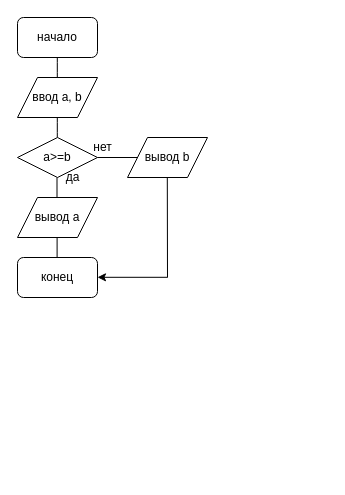
This is Untitled Diagram.drawio from AGCher/TiMP_lab1, a draw.io file, before an edit. Source tidied: cells renumbered, new cells numbered last; positions are measured from the earlier drawing's top-left corner, leaving out a move shared by most shapes. Both pictures are drawn from the tidied source at 100%, with x=0, y=0 at pixel (17, 17).
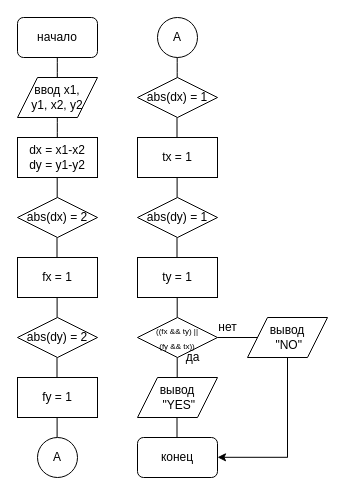
Above is the later version.

Change to the diagram source:
```diff
@@
-    <mxCell id="3" value="ввод a, b" style="shape=parallelogram;perimeter=parallelogramPerimeter;whiteSpace=wrap;html=1;fixedSize=1;" parent="1" vertex="1">
+    <mxCell id="3" value="ввод x1,&lt;br&gt;y1, x2, y2" style="shape=parallelogram;perimeter=parallelogramPerimeter;whiteSpace=wrap;html=1;fixedSize=1;" parent="1" vertex="1">
       <mxGeometry y="60" width="80" height="40" as="geometry" />
     </mxCell>
@@
-    <mxCell id="6" value="a&amp;gt;=b" style="rhombus;whiteSpace=wrap;html=1;" parent="1" vertex="1">
-      <mxGeometry y="120" width="80" height="40" as="geometry" />
+    <mxCell id="6" value="abs(dx) = 2" style="rhombus;whiteSpace=wrap;html=1;" parent="1" vertex="1">
+      <mxGeometry y="180" width="80" height="40" as="geometry" />
     </mxCell>
-    <mxCell id="7" value="нет" style="text;html=1;align=center;verticalAlign=middle;strokeColor=none;" parent="1" vertex="1">
-      <mxGeometry x="70" y="120" width="30" height="20" as="geometry" />
-    </mxCell>
-    <mxCell id="8" value="да" style="text;html=1;align=center;verticalAlign=middle;strokeColor=none;" parent="1" vertex="1">
-      <mxGeometry x="40" y="150" width="30" height="20" as="geometry" />
-    </mxCell>
     <mxCell id="9" style="endArrow=none;html=1;" parent="1" edge="1">
       <mxGeometry relative="1" as="geometry">
-        <mxPoint x="39.5" y="180" as="sourcePoint" />
-        <mxPoint x="39.5" y="160" as="targetPoint" />
+        <mxPoint x="39.5" y="240" as="sourcePoint" />
+        <mxPoint x="39.5" y="220" as="targetPoint" />
       </mxGeometry>
     </mxCell>
-    <mxCell id="10" value="вывод a" style="shape=parallelogram;perimeter=parallelogramPerimeter;whiteSpace=wrap;html=1;fixedSize=1;" parent="1" vertex="1">
-      <mxGeometry y="180" width="80" height="40" as="geometry" />
-    </mxCell>
-    <mxCell id="11" style="endArrow=none;html=1;entryX=0;entryY=0.5;entryDx=0;entryDy=0;" parent="1" edge="1" target="12">
-      <mxGeometry relative="1" as="geometry">
-        <mxPoint x="80" y="140" as="sourcePoint" />
-      </mxGeometry>
-    </mxCell>
-    <mxCell id="12" value="вывод b" style="shape=parallelogram;perimeter=parallelogramPerimeter;whiteSpace=wrap;html=1;fixedSize=1;" parent="1" vertex="1">
-      <mxGeometry x="110" y="120" width="80" height="40" as="geometry" />
-    </mxCell>
     <mxCell id="13" value="конец" style="rounded=1;whiteSpace=wrap;html=1;" parent="1" vertex="1">
-      <mxGeometry y="240" width="80" height="40" as="geometry" />
+      <mxGeometry x="120" y="420" width="80" height="40" as="geometry" />
     </mxCell>
     <mxCell id="14" style="endArrow=none;html=1;" parent="1" edge="1">
       <mxGeometry relative="1" as="geometry">
-        <mxPoint x="39.6" y="240" as="sourcePoint" />
-        <mxPoint x="39.6" y="220" as="targetPoint" />
+        <mxPoint x="39.6" y="300" as="sourcePoint" />
+        <mxPoint x="39.6" y="280" as="targetPoint" />
       </mxGeometry>
     </mxCell>
-    <mxCell id="15" style="endArrow=none;html=1;" parent="1" edge="1">
-      <mxGeometry relative="1" as="geometry">
-        <mxPoint x="150" y="260" as="sourcePoint" />
-        <mxPoint x="149.8" y="160" as="targetPoint" />
-      </mxGeometry>
-    </mxCell>
-    <mxCell id="16" style="endArrow=classic;html=1;" parent="1" edge="1">
-      <mxGeometry relative="1" as="geometry">
-        <mxPoint x="150" y="259.8" as="sourcePoint" />
-        <mxPoint x="80" y="259.8" as="targetPoint" />
-      </mxGeometry>
-    </mxCell>
+    <mxCell id="17" value="dx = x1-x2&lt;br&gt;dy = y1-y2" style="rounded=0;whiteSpace=wrap;html=1;" parent="1" vertex="1">
+      <mxGeometry y="120" width="80" height="40" as="geometry" />
+    </mxCell>
+    <mxCell id="18" style="endArrow=none;html=1;" parent="1" edge="1">
+      <mxGeometry relative="1" as="geometry">
+        <mxPoint x="39.7" y="180" as="sourcePoint" />
+        <mxPoint x="39.7" y="160" as="targetPoint" />
+      </mxGeometry>
+    </mxCell>
+    <mxCell id="19" value="fx = 1" style="rounded=0;whiteSpace=wrap;html=1;" parent="1" vertex="1">
+      <mxGeometry y="240" width="80" height="40" as="geometry" />
+    </mxCell>
+    <mxCell id="20" value="abs(dy) = 2" style="rhombus;whiteSpace=wrap;html=1;" parent="1" vertex="1">
+      <mxGeometry y="300" width="80" height="40" as="geometry" />
+    </mxCell>
+    <mxCell id="21" style="endArrow=none;html=1;" parent="1" edge="1">
+      <mxGeometry relative="1" as="geometry">
+        <mxPoint x="39.5" y="360" as="sourcePoint" />
+        <mxPoint x="39.5" y="340" as="targetPoint" />
+      </mxGeometry>
+    </mxCell>
+    <mxCell id="22" style="endArrow=none;html=1;" parent="1" edge="1">
+      <mxGeometry relative="1" as="geometry">
+        <mxPoint x="39.6" y="420" as="sourcePoint" />
+        <mxPoint x="39.6" y="400" as="targetPoint" />
+      </mxGeometry>
+    </mxCell>
+    <mxCell id="23" value="fy = 1" style="rounded=0;whiteSpace=wrap;html=1;" parent="1" vertex="1">
+      <mxGeometry y="360" width="80" height="40" as="geometry" />
+    </mxCell>
+    <mxCell id="24" value="A" style="ellipse;whiteSpace=wrap;html=1;" parent="1" vertex="1">
+      <mxGeometry x="20" y="420" width="40" height="40" as="geometry" />
+    </mxCell>
+    <mxCell id="25" value="A" style="ellipse;whiteSpace=wrap;html=1;" parent="1" vertex="1">
+      <mxGeometry x="140" width="40" height="40" as="geometry" />
+    </mxCell>
+    <mxCell id="26" value="abs(dx) = 1" style="rhombus;whiteSpace=wrap;html=1;" parent="1" vertex="1">
+      <mxGeometry x="120" y="60" width="80" height="40" as="geometry" />
+    </mxCell>
+    <mxCell id="27" style="endArrow=none;html=1;" parent="1" edge="1">
+      <mxGeometry relative="1" as="geometry">
+        <mxPoint x="159.5" y="120" as="sourcePoint" />
+        <mxPoint x="159.5" y="100" as="targetPoint" />
+      </mxGeometry>
+    </mxCell>
+    <mxCell id="28" style="endArrow=none;html=1;" parent="1" edge="1">
+      <mxGeometry relative="1" as="geometry">
+        <mxPoint x="159.6" y="180" as="sourcePoint" />
+        <mxPoint x="159.6" y="160" as="targetPoint" />
+      </mxGeometry>
+    </mxCell>
+    <mxCell id="29" value="tx = 1" style="rounded=0;whiteSpace=wrap;html=1;" parent="1" vertex="1">
+      <mxGeometry x="120" y="120" width="80" height="40" as="geometry" />
+    </mxCell>
+    <mxCell id="30" value="abs(dy) = 1" style="rhombus;whiteSpace=wrap;html=1;" parent="1" vertex="1">
+      <mxGeometry x="120" y="180" width="80" height="40" as="geometry" />
+    </mxCell>
+    <mxCell id="31" style="endArrow=none;html=1;" parent="1" edge="1">
+      <mxGeometry relative="1" as="geometry">
+        <mxPoint x="159.5" y="240" as="sourcePoint" />
+        <mxPoint x="159.5" y="220" as="targetPoint" />
+      </mxGeometry>
+    </mxCell>
+    <mxCell id="32" value="ty = 1" style="rounded=0;whiteSpace=wrap;html=1;" parent="1" vertex="1">
+      <mxGeometry x="120" y="240" width="80" height="40" as="geometry" />
+    </mxCell>
+    <mxCell id="33" style="endArrow=none;html=1;" parent="1" edge="1">
+      <mxGeometry relative="1" as="geometry">
+        <mxPoint x="159.7" y="60" as="sourcePoint" />
+        <mxPoint x="159.7" y="40" as="targetPoint" />
+        <Array as="points">
+          <mxPoint x="159.7" y="50" />
+        </Array>
+      </mxGeometry>
+    </mxCell>
+    <mxCell id="34" style="endArrow=none;html=1;" parent="1" edge="1">
+      <mxGeometry relative="1" as="geometry">
+        <mxPoint x="159.7" y="300" as="sourcePoint" />
+        <mxPoint x="159.7" y="280" as="targetPoint" />
+      </mxGeometry>
+    </mxCell>
+    <mxCell id="35" value="&lt;font style=&quot;font-size: 8px&quot;&gt;((fx &amp;amp;&amp;amp; ty) ||&lt;br&gt;(fy &amp;amp;&amp;amp; tx))&lt;/font&gt;" style="rhombus;whiteSpace=wrap;html=1;" parent="1" vertex="1">
+      <mxGeometry x="120" y="300" width="80" height="40" as="geometry" />
+    </mxCell>
+    <mxCell id="36" style="endArrow=none;html=1;" parent="1" edge="1">
+      <mxGeometry relative="1" as="geometry">
+        <mxPoint x="159.7" y="360" as="sourcePoint" />
+        <mxPoint x="159.7" y="340" as="targetPoint" />
+      </mxGeometry>
+    </mxCell>
+    <mxCell id="37" style="endArrow=none;html=1;" parent="1" edge="1">
+      <mxGeometry relative="1" as="geometry">
+        <mxPoint x="200" y="320" as="sourcePoint" />
+        <mxPoint x="240" y="320" as="targetPoint" />
+      </mxGeometry>
+    </mxCell>
+    <mxCell id="8" value="да" style="text;html=1;align=center;verticalAlign=middle;strokeColor=none;" parent="1" vertex="1">
+      <mxGeometry x="160" y="330" width="30" height="20" as="geometry" />
+    </mxCell>
+    <mxCell id="7" value="нет" style="text;html=1;align=center;verticalAlign=middle;strokeColor=none;" parent="1" vertex="1">
+      <mxGeometry x="195" y="300" width="30" height="20" as="geometry" />
+    </mxCell>
+    <mxCell id="38" value="вывод&lt;br&gt;&amp;nbsp;&quot;YES&quot;" style="shape=parallelogram;perimeter=parallelogramPerimeter;whiteSpace=wrap;html=1;fixedSize=1;" parent="1" vertex="1">
+      <mxGeometry x="120" y="360" width="80" height="40" as="geometry" />
+    </mxCell>
+    <mxCell id="39" value="вывод&lt;br&gt;&amp;nbsp;&quot;NO&quot;" style="shape=parallelogram;perimeter=parallelogramPerimeter;whiteSpace=wrap;html=1;fixedSize=1;" parent="1" vertex="1">
+      <mxGeometry x="230" y="300" width="80" height="40" as="geometry" />
+    </mxCell>
+    <mxCell id="40" style="endArrow=none;html=1;" parent="1" edge="1">
+      <mxGeometry relative="1" as="geometry">
+        <mxPoint x="270" y="440" as="sourcePoint" />
+        <mxPoint x="270" y="340" as="targetPoint" />
+      </mxGeometry>
+    </mxCell>
+    <mxCell id="41" style="endArrow=classic;html=1;" parent="1" edge="1">
+      <mxGeometry relative="1" as="geometry">
+        <mxPoint x="270" y="439.8" as="sourcePoint" />
+        <mxPoint x="200" y="439.8" as="targetPoint" />
+      </mxGeometry>
+    </mxCell>
+    <mxCell id="42" style="endArrow=none;html=1;" parent="1" edge="1">
+      <mxGeometry relative="1" as="geometry">
+        <mxPoint x="159.5" y="420" as="sourcePoint" />
+        <mxPoint x="159.5" y="400" as="targetPoint" />
+      </mxGeometry>
+    </mxCell>
```
